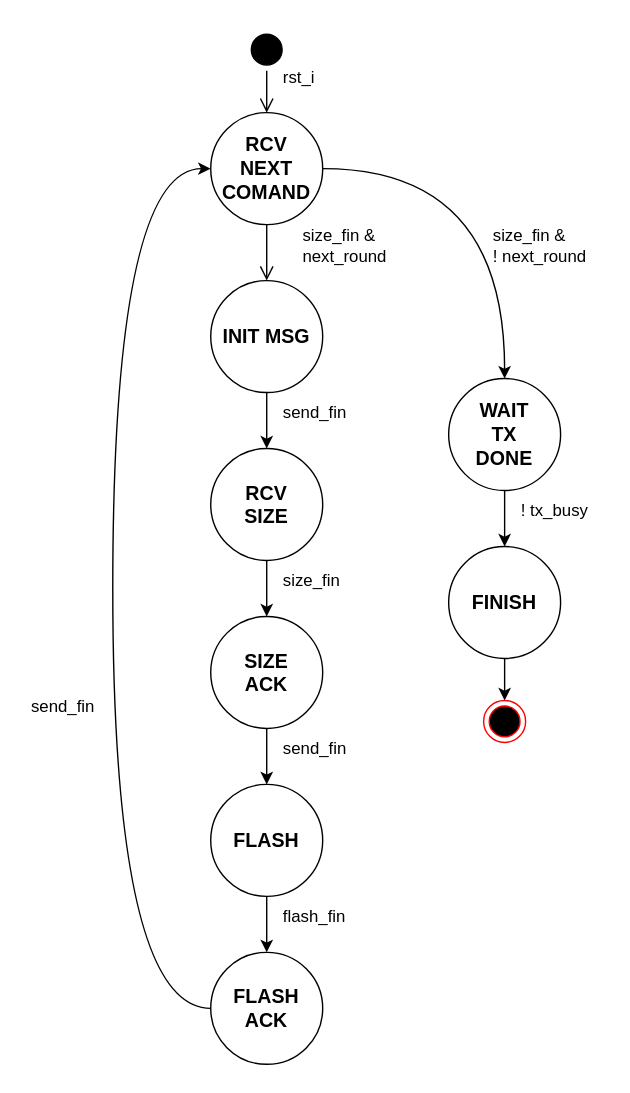
This is .pic/Labs/lab_15_programming_device/fig_03.drawio.svg from MPSU/APS, a draw.io export, as it was before one commit. Source tidied: cells renumbered, new cells last; positions are measured from the earlier drawing's top-left corner, leaving out a move shared by most shapes. Its diagram source:
```xml
<mxGraphModel>
  <root>
    <mxCell id="0" />
    <mxCell id="1" parent="0" />
    <mxCell id="2" style="edgeStyle=orthogonalEdgeStyle;rounded=0;jettySize=auto;html=1;" parent="1" edge="1" source="3" target="12">
      <mxGeometry relative="1" as="geometry" />
    </mxCell>
    <mxCell id="3" value="INIT MSG" style="ellipse;whiteSpace=wrap;html=1;fontStyle=1;fontSize=14;" parent="1" vertex="1">
      <mxGeometry x="130" y="180" width="80" height="80" as="geometry" />
    </mxCell>
    <mxCell id="4" style="edgeStyle=orthogonalEdgeStyle;rounded=0;jettySize=auto;html=1;" parent="1" edge="1" source="5" target="6">
      <mxGeometry relative="1" as="geometry" />
    </mxCell>
    <mxCell id="5" value="FLASH" style="ellipse;whiteSpace=wrap;html=1;fontStyle=1;fontSize=14;" parent="1" vertex="1">
      <mxGeometry x="130" y="540" width="80" height="80" as="geometry" />
    </mxCell>
    <mxCell id="6" value="FLASH&lt;br&gt;ACK" style="ellipse;whiteSpace=wrap;html=1;fontStyle=1;fontSize=14;" parent="1" vertex="1">
      <mxGeometry x="130" y="660" width="80" height="80" as="geometry" />
    </mxCell>
    <mxCell id="7" style="edgeStyle=orthogonalEdgeStyle;rounded=0;jettySize=auto;html=1;" parent="1" edge="1" source="8" target="10">
      <mxGeometry relative="1" as="geometry" />
    </mxCell>
    <mxCell id="8" value="WAIT&lt;br&gt;TX&lt;br&gt;DONE" style="ellipse;whiteSpace=wrap;html=1;fontStyle=1;fontSize=14;" parent="1" vertex="1">
      <mxGeometry x="300" y="250" width="80" height="80" as="geometry" />
    </mxCell>
    <mxCell id="9" style="edgeStyle=orthogonalEdgeStyle;rounded=0;jettySize=auto;html=1;" parent="1" edge="1" source="10" target="29">
      <mxGeometry relative="1" as="geometry" />
    </mxCell>
    <mxCell id="10" value="FINISH" style="ellipse;whiteSpace=wrap;html=1;fontStyle=1;fontSize=14;" parent="1" vertex="1">
      <mxGeometry x="300" y="370" width="80" height="80" as="geometry" />
    </mxCell>
    <mxCell id="11" style="edgeStyle=orthogonalEdgeStyle;rounded=0;jettySize=auto;html=1;" parent="1" edge="1" source="12" target="14">
      <mxGeometry relative="1" as="geometry" />
    </mxCell>
    <mxCell id="12" value="RCV&lt;br&gt;&lt;div&gt;SIZE&lt;/div&gt;" style="ellipse;whiteSpace=wrap;html=1;fontStyle=1;fontSize=14;" parent="1" vertex="1">
      <mxGeometry x="130" y="300" width="80" height="80" as="geometry" />
    </mxCell>
    <mxCell id="13" style="edgeStyle=orthogonalEdgeStyle;rounded=0;jettySize=auto;html=1;" parent="1" edge="1" source="14" target="5">
      <mxGeometry relative="1" as="geometry" />
    </mxCell>
    <mxCell id="14" value="SIZE&lt;br&gt;ACK" style="ellipse;whiteSpace=wrap;html=1;fontStyle=1;fontSize=14;" parent="1" vertex="1">
      <mxGeometry x="130" y="420" width="80" height="80" as="geometry" />
    </mxCell>
    <mxCell id="15" value="send_fin" style="text;html=1;strokeColor=none;fillColor=none;align=left;verticalAlign=middle;whiteSpace=wrap;rounded=0;" parent="1" vertex="1">
      <mxGeometry x="180" y="260" width="60" height="30" as="geometry" />
    </mxCell>
    <mxCell id="16" value="size_fin" style="text;html=1;strokeColor=none;fillColor=none;align=left;verticalAlign=middle;whiteSpace=wrap;rounded=0;" parent="1" vertex="1">
      <mxGeometry x="180" y="380" width="60" height="30" as="geometry" />
    </mxCell>
    <mxCell id="17" value="send_fin" style="text;html=1;strokeColor=none;fillColor=none;align=left;verticalAlign=middle;whiteSpace=wrap;rounded=0;" parent="1" vertex="1">
      <mxGeometry x="180" y="500" width="60" height="30" as="geometry" />
    </mxCell>
    <mxCell id="18" value="flash_fin" style="text;html=1;strokeColor=none;fillColor=none;align=left;verticalAlign=middle;whiteSpace=wrap;rounded=0;" parent="1" vertex="1">
      <mxGeometry x="180" y="620" width="60" height="30" as="geometry" />
    </mxCell>
    <mxCell id="19" value="send_fin" style="text;html=1;strokeColor=none;fillColor=none;align=left;verticalAlign=middle;whiteSpace=wrap;rounded=0;" parent="1" vertex="1">
      <mxGeometry y="470" width="60" height="30" as="geometry" />
    </mxCell>
    <mxCell id="20" style="ellipse;html=1;shape=startState;fillColor=#000000;strokeColor=#000000;" parent="1" vertex="1">
      <mxGeometry x="155" width="30" height="30" as="geometry" />
    </mxCell>
    <mxCell id="21" style="edgeStyle=orthogonalEdgeStyle;html=1;verticalAlign=bottom;endArrow=open;endSize=8;strokeColor=#000000;rounded=0;entryX=0.5;entryY=0;entryDx=0;entryDy=0;" parent="1" edge="1" source="28" target="3">
      <mxGeometry relative="1" as="geometry" />
    </mxCell>
    <mxCell id="22" value="! tx_busy" style="text;html=1;strokeColor=none;fillColor=none;align=left;verticalAlign=middle;whiteSpace=wrap;rounded=0;" parent="1" vertex="1">
      <mxGeometry x="350" y="330" width="60" height="30" as="geometry" />
    </mxCell>
    <mxCell id="23" style="edgeStyle=orthogonalEdgeStyle;rounded=0;jettySize=auto;html=1;exitX=0;exitY=0.5;exitDx=0;exitDy=0;entryX=0;entryY=0.5;entryDx=0;entryDy=0;curved=1;" parent="1" edge="1" source="6" target="28">
      <mxGeometry relative="1" as="geometry">
        <Array as="points">
          <mxPoint x="60" y="700" />
          <mxPoint x="60" y="100" />
        </Array>
      </mxGeometry>
    </mxCell>
    <mxCell id="24" value="size_fin &amp;amp; next_round" style="text;html=1;strokeColor=none;fillColor=none;align=left;verticalAlign=middle;whiteSpace=wrap;rounded=0;" parent="1" vertex="1">
      <mxGeometry x="194" y="140" width="60" height="30" as="geometry" />
    </mxCell>
    <mxCell id="25" value="size_fin &amp;amp;&lt;br&gt;! next_round" style="text;html=1;strokeColor=none;fillColor=none;align=left;verticalAlign=middle;whiteSpace=wrap;rounded=0;" parent="1" vertex="1">
      <mxGeometry x="330" y="140" width="70" height="30" as="geometry" />
    </mxCell>
    <mxCell id="26" style="edgeStyle=orthogonalEdgeStyle;html=1;verticalAlign=bottom;endArrow=open;endSize=8;strokeColor=#000000;rounded=0;entryX=0.5;entryY=0;entryDx=0;entryDy=0;" parent="1" edge="1" source="20" target="28">
      <mxGeometry relative="1" as="geometry" />
    </mxCell>
    <mxCell id="27" style="edgeStyle=orthogonalEdgeStyle;rounded=0;jettySize=auto;html=1;exitX=1;exitY=0.5;exitDx=0;exitDy=0;entryX=0.5;entryY=0;entryDx=0;entryDy=0;curved=1;" parent="1" edge="1" source="28" target="8">
      <mxGeometry relative="1" as="geometry" />
    </mxCell>
    <mxCell id="28" value="RCV&lt;br&gt;NEXT&lt;br&gt;COMAND" style="ellipse;whiteSpace=wrap;html=1;fontStyle=1;fontSize=14;" parent="1" vertex="1">
      <mxGeometry x="130" y="60" width="80" height="80" as="geometry" />
    </mxCell>
    <mxCell id="29" style="ellipse;html=1;shape=endState;fillColor=#000000;strokeColor=#ff0000;" parent="1" vertex="1">
      <mxGeometry x="325" y="480" width="30" height="30" as="geometry" />
    </mxCell>
    <mxCell id="30" value="rst_i" style="text;html=1;strokeColor=none;fillColor=none;align=left;verticalAlign=middle;whiteSpace=wrap;rounded=0;" parent="1" vertex="1">
      <mxGeometry x="180" y="20" width="60" height="30" as="geometry" />
    </mxCell>
  </root>
</mxGraphModel>
```
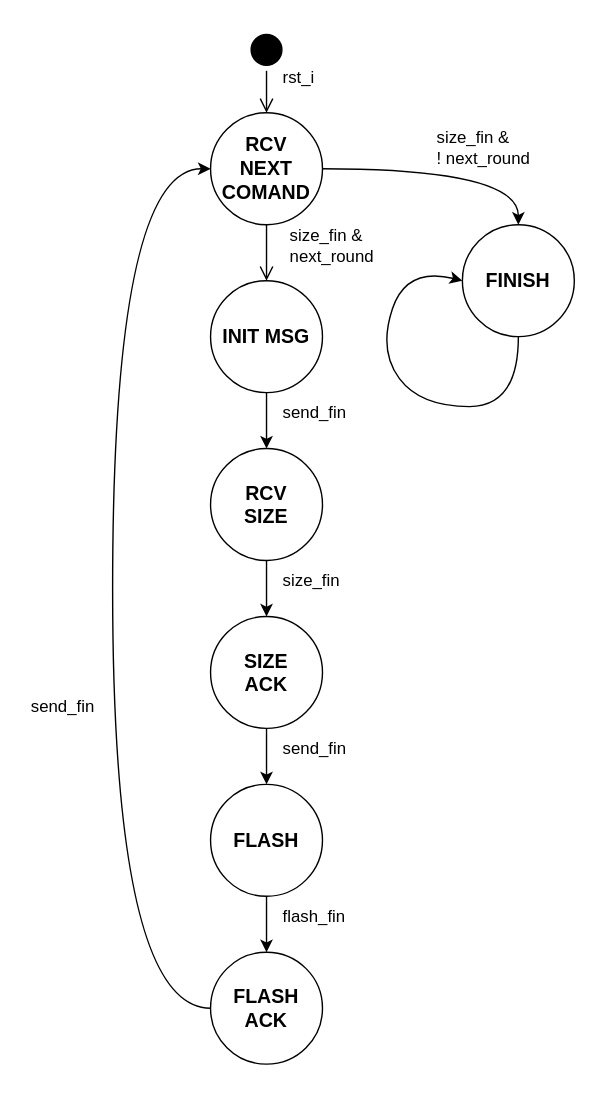
Above is the later version.

Commit message:
ЛР15. Изменение конечного автомата программатора

Change to the diagram source:
```diff
@@ -17,17 +17,8 @@
     <mxCell id="6" value="FLASH&lt;br&gt;ACK" style="ellipse;whiteSpace=wrap;html=1;fontStyle=1;fontSize=14;" parent="1" vertex="1">
       <mxGeometry x="130" y="660" width="80" height="80" as="geometry" />
     </mxCell>
-    <mxCell id="7" style="edgeStyle=orthogonalEdgeStyle;rounded=0;jettySize=auto;html=1;" parent="1" edge="1" source="8" target="10">
-      <mxGeometry relative="1" as="geometry" />
-    </mxCell>
-    <mxCell id="8" value="WAIT&lt;br&gt;TX&lt;br&gt;DONE" style="ellipse;whiteSpace=wrap;html=1;fontStyle=1;fontSize=14;" parent="1" vertex="1">
-      <mxGeometry x="300" y="250" width="80" height="80" as="geometry" />
-    </mxCell>
-    <mxCell id="9" style="edgeStyle=orthogonalEdgeStyle;rounded=0;jettySize=auto;html=1;" parent="1" edge="1" source="10" target="29">
-      <mxGeometry relative="1" as="geometry" />
-    </mxCell>
     <mxCell id="10" value="FINISH" style="ellipse;whiteSpace=wrap;html=1;fontStyle=1;fontSize=14;" parent="1" vertex="1">
-      <mxGeometry x="300" y="370" width="80" height="80" as="geometry" />
+      <mxGeometry x="310" y="140" width="80" height="80" as="geometry" />
     </mxCell>
     <mxCell id="11" style="edgeStyle=orthogonalEdgeStyle;rounded=0;jettySize=auto;html=1;" parent="1" edge="1" source="12" target="14">
       <mxGeometry relative="1" as="geometry" />
@@ -62,9 +53,6 @@
     <mxCell id="21" style="edgeStyle=orthogonalEdgeStyle;html=1;verticalAlign=bottom;endArrow=open;endSize=8;strokeColor=#000000;rounded=0;entryX=0.5;entryY=0;entryDx=0;entryDy=0;" parent="1" edge="1" source="28" target="3">
       <mxGeometry relative="1" as="geometry" />
     </mxCell>
-    <mxCell id="22" value="! tx_busy" style="text;html=1;strokeColor=none;fillColor=none;align=left;verticalAlign=middle;whiteSpace=wrap;rounded=0;" parent="1" vertex="1">
-      <mxGeometry x="350" y="330" width="60" height="30" as="geometry" />
-    </mxCell>
     <mxCell id="23" style="edgeStyle=orthogonalEdgeStyle;rounded=0;jettySize=auto;html=1;exitX=0;exitY=0.5;exitDx=0;exitDy=0;entryX=0;entryY=0.5;entryDx=0;entryDy=0;curved=1;" parent="1" edge="1" source="6" target="28">
       <mxGeometry relative="1" as="geometry">
         <Array as="points">
@@ -74,25 +62,36 @@
       </mxGeometry>
     </mxCell>
     <mxCell id="24" value="size_fin &amp;amp; next_round" style="text;html=1;strokeColor=none;fillColor=none;align=left;verticalAlign=middle;whiteSpace=wrap;rounded=0;" parent="1" vertex="1">
-      <mxGeometry x="194" y="140" width="60" height="30" as="geometry" />
+      <mxGeometry x="185" y="140" width="60" height="30" as="geometry" />
     </mxCell>
     <mxCell id="25" value="size_fin &amp;amp;&lt;br&gt;! next_round" style="text;html=1;strokeColor=none;fillColor=none;align=left;verticalAlign=middle;whiteSpace=wrap;rounded=0;" parent="1" vertex="1">
-      <mxGeometry x="330" y="140" width="70" height="30" as="geometry" />
+      <mxGeometry x="290" y="70" width="70" height="30" as="geometry" />
     </mxCell>
     <mxCell id="26" style="edgeStyle=orthogonalEdgeStyle;html=1;verticalAlign=bottom;endArrow=open;endSize=8;strokeColor=#000000;rounded=0;entryX=0.5;entryY=0;entryDx=0;entryDy=0;" parent="1" edge="1" source="20" target="28">
       <mxGeometry relative="1" as="geometry" />
     </mxCell>
-    <mxCell id="27" style="edgeStyle=orthogonalEdgeStyle;rounded=0;jettySize=auto;html=1;exitX=1;exitY=0.5;exitDx=0;exitDy=0;entryX=0.5;entryY=0;entryDx=0;entryDy=0;curved=1;" parent="1" edge="1" source="28" target="8">
-      <mxGeometry relative="1" as="geometry" />
+    <mxCell id="27" style="edgeStyle=orthogonalEdgeStyle;rounded=0;jettySize=auto;html=1;exitX=1;exitY=0.5;exitDx=0;exitDy=0;entryX=0.5;entryY=0;entryDx=0;entryDy=0;curved=1;" parent="1" edge="1" source="28" target="10">
+      <mxGeometry relative="1" as="geometry">
+        <Array as="points">
+          <mxPoint x="350" y="100" />
+        </Array>
+      </mxGeometry>
     </mxCell>
     <mxCell id="28" value="RCV&lt;br&gt;NEXT&lt;br&gt;COMAND" style="ellipse;whiteSpace=wrap;html=1;fontStyle=1;fontSize=14;" parent="1" vertex="1">
       <mxGeometry x="130" y="60" width="80" height="80" as="geometry" />
     </mxCell>
-    <mxCell id="29" style="ellipse;html=1;shape=endState;fillColor=#000000;strokeColor=#ff0000;" parent="1" vertex="1">
-      <mxGeometry x="325" y="480" width="30" height="30" as="geometry" />
-    </mxCell>
     <mxCell id="30" value="rst_i" style="text;html=1;strokeColor=none;fillColor=none;align=left;verticalAlign=middle;whiteSpace=wrap;rounded=0;" parent="1" vertex="1">
       <mxGeometry x="180" y="20" width="60" height="30" as="geometry" />
     </mxCell>
+    <mxCell id="31" style="curved=1;endArrow=classic;html=1;rounded=0;entryX=0;entryY=0.5;entryDx=0;entryDy=0;exitX=0.5;exitY=1;exitDx=0;exitDy=0;" parent="1" edge="1" source="10" target="10">
+      <mxGeometry relative="1" as="geometry">
+        <Array as="points">
+          <mxPoint x="350" y="270" />
+          <mxPoint x="280" y="270" />
+          <mxPoint x="250" y="230" />
+          <mxPoint x="270" y="170" />
+        </Array>
+      </mxGeometry>
+    </mxCell>
   </root>
 </mxGraphModel>
```
